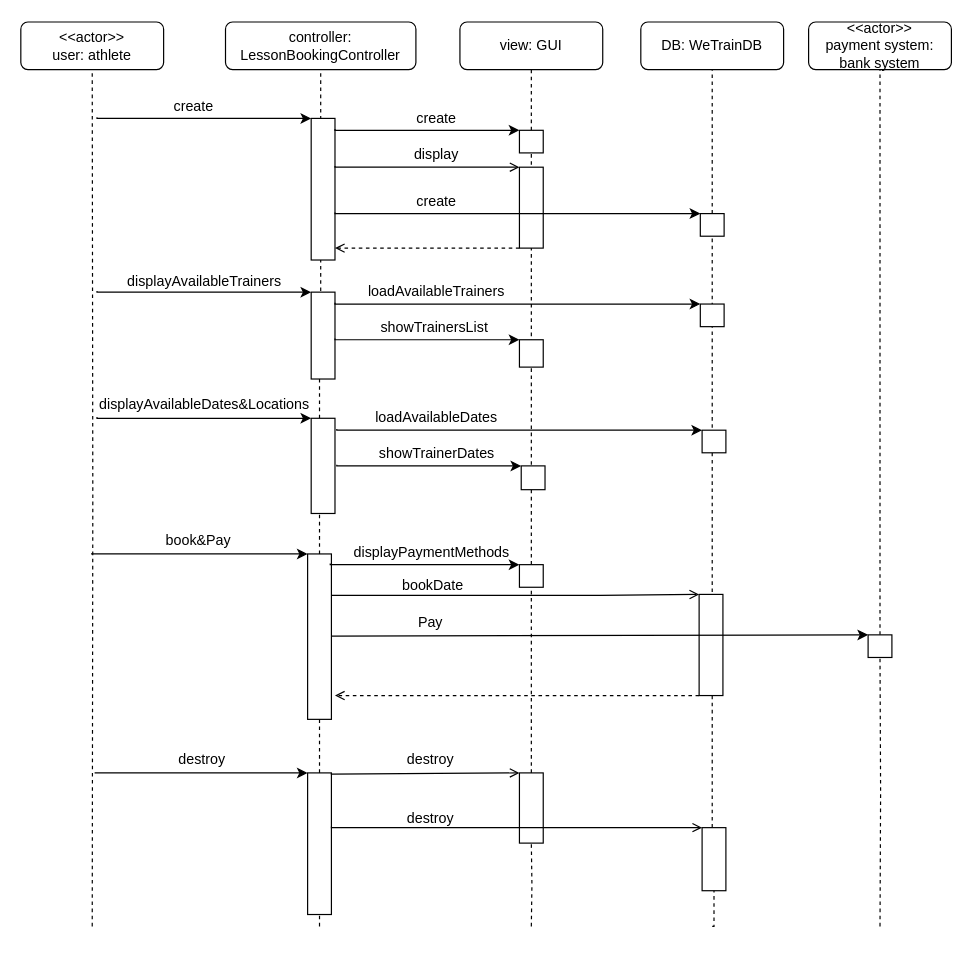
The draw.io diagram Manenti/SeqD(BookingLesson)_Manenti.drawio in Bobbarello00/WeTrain, before the edit. Source tidied: cells renumbered, new cells numbered last; positions are measured from the earlier drawing's top-left corner, leaving out a move shared by most shapes. Both pictures are drawn from the tidied source at 119%, with x=0, y=0 at pixel (20, 21).
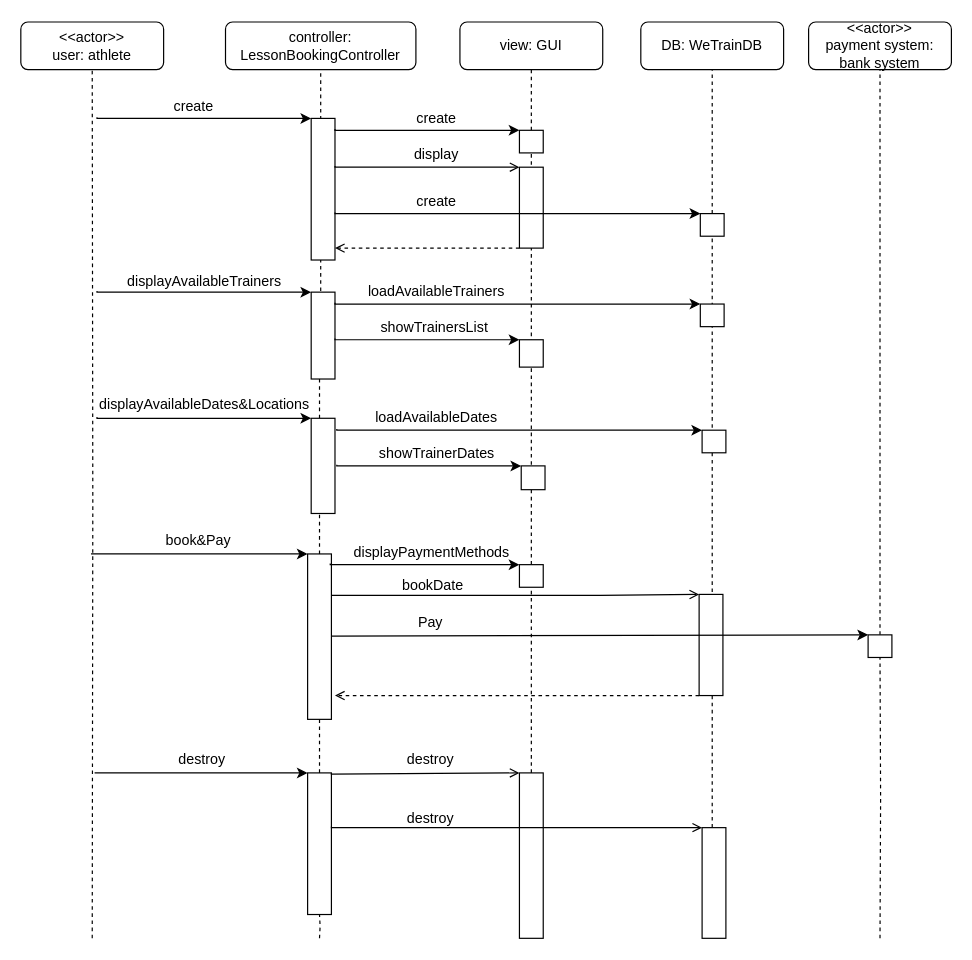
The same diagram, later.

The change refers to these unchanged cells:
```xml
<mxCell id="2" value="&amp;lt;&amp;lt;actor&amp;gt;&amp;gt;&lt;br&gt;user: athlete" style="rounded=1;whiteSpace=wrap;html=1;" parent="1" vertex="1">
  <mxGeometry width="120" height="40" as="geometry" />
</mxCell>
<mxCell id="57" style="rounded=0;whiteSpace=wrap;html=1;" parent="1" vertex="1">
  <mxGeometry x="712" y="515" width="20" height="19" as="geometry" />
</mxCell>
<mxCell id="63" style="rounded=0;whiteSpace=wrap;html=1;" parent="1" vertex="1">
  <mxGeometry x="241" y="631" width="20" height="119" as="geometry" />
</mxCell>
```

Change to the diagram source:
```diff
@@
     <mxCell id="6" style="endArrow=none;dashed=1;html=1;rounded=0;edgeStyle=orthogonalEdgeStyle;entryX=0.5;entryY=1;entryDx=0;entryDy=0;startArrow=none;" parent="1" edge="1" target="2">
       <mxGeometry relative="1" as="geometry">
-        <mxPoint x="60" y="760" as="sourcePoint" />
+        <mxPoint x="60" y="770" as="sourcePoint" />
       </mxGeometry>
     </mxCell>
@@
     <mxCell id="58" style="endArrow=none;dashed=1;html=1;rounded=0;edgeStyle=orthogonalEdgeStyle;entryX=0.5;entryY=1;entryDx=0;entryDy=0;startArrow=none;" parent="1" edge="1" target="57">
       <mxGeometry relative="1" as="geometry">
-        <mxPoint x="722" y="760" as="sourcePoint" />
+        <mxPoint x="722" y="770" as="sourcePoint" />
       </mxGeometry>
     </mxCell>
@@
     <mxCell id="64" style="endArrow=none;dashed=1;html=1;rounded=0;edgeStyle=orthogonalEdgeStyle;entryX=0.5;entryY=1;entryDx=0;entryDy=0;" parent="1" edge="1" target="63">
       <mxGeometry relative="1" as="geometry">
-        <mxPoint x="251" y="760" as="sourcePoint" />
+        <mxPoint x="251" y="770" as="sourcePoint" />
       </mxGeometry>
     </mxCell>
@@
     <mxCell id="66" style="rounded=0;whiteSpace=wrap;html=1;" parent="1" vertex="1">
-      <mxGeometry x="419" y="631" width="20" height="59" as="geometry" />
+      <mxGeometry x="419" y="631" width="20" height="139" as="geometry" />
     </mxCell>
-    <mxCell id="67" style="endArrow=none;dashed=1;html=1;rounded=0;edgeStyle=orthogonalEdgeStyle;entryX=0.5;entryY=1;entryDx=0;entryDy=0;" parent="1" edge="1" target="66">
-      <mxGeometry relative="1" as="geometry">
-        <mxPoint x="429" y="760" as="sourcePoint" />
-      </mxGeometry>
-    </mxCell>
@@
     <mxCell id="71" style="rounded=0;whiteSpace=wrap;html=1;" parent="1" vertex="1">
-      <mxGeometry x="572.5" y="677" width="20" height="53" as="geometry" />
+      <mxGeometry x="572.5" y="677" width="20" height="93" as="geometry" />
     </mxCell>
-    <mxCell id="72" style="endArrow=none;dashed=1;html=1;rounded=0;edgeStyle=orthogonalEdgeStyle;entryX=0.5;entryY=1;entryDx=0;entryDy=0;" parent="1" edge="1" target="71">
-      <mxGeometry relative="1" as="geometry">
-        <mxPoint x="581" y="760" as="sourcePoint" />
-        <Array as="points">
-          <mxPoint x="583" y="760" />
-          <mxPoint x="583" y="731" />
-        </Array>
-      </mxGeometry>
-    </mxCell>
```
